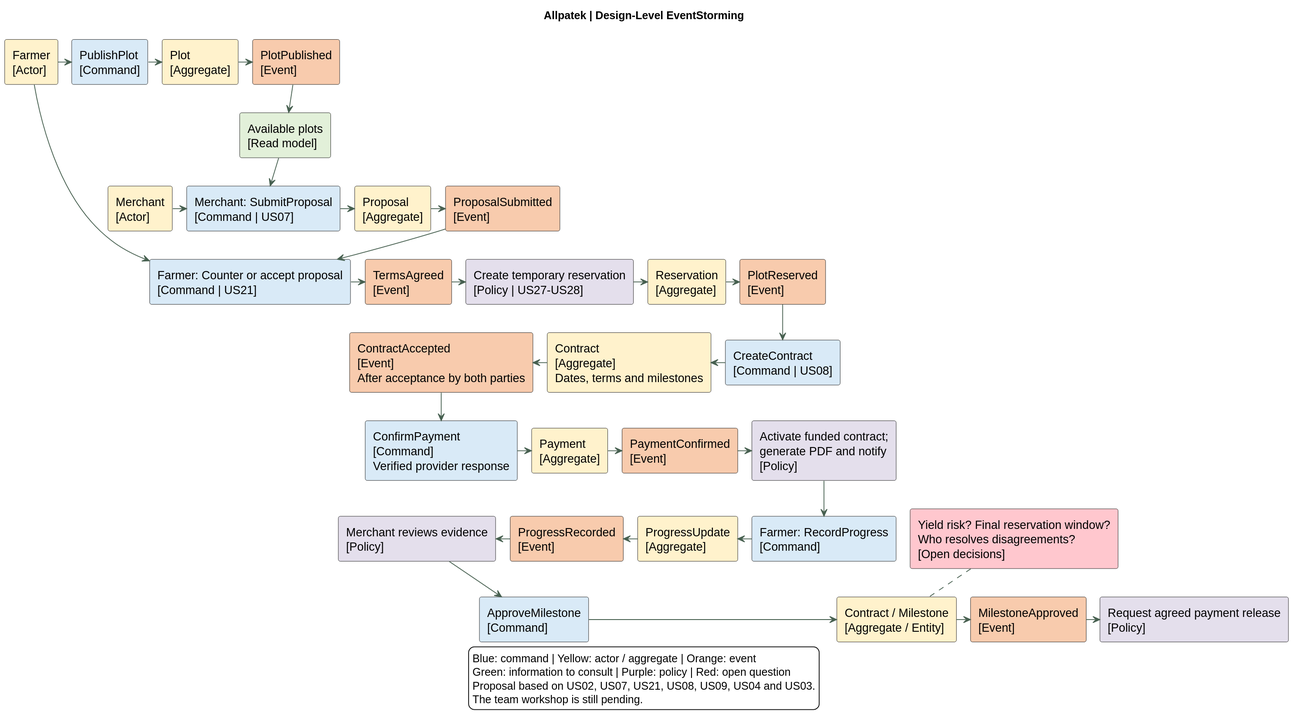
The PlantUML diagram assets/chapter-04/architecture/01-eventstorming.svg in upc-pre-202620-1asi0729-7753-Terranova/allpatek-report, before a commit.
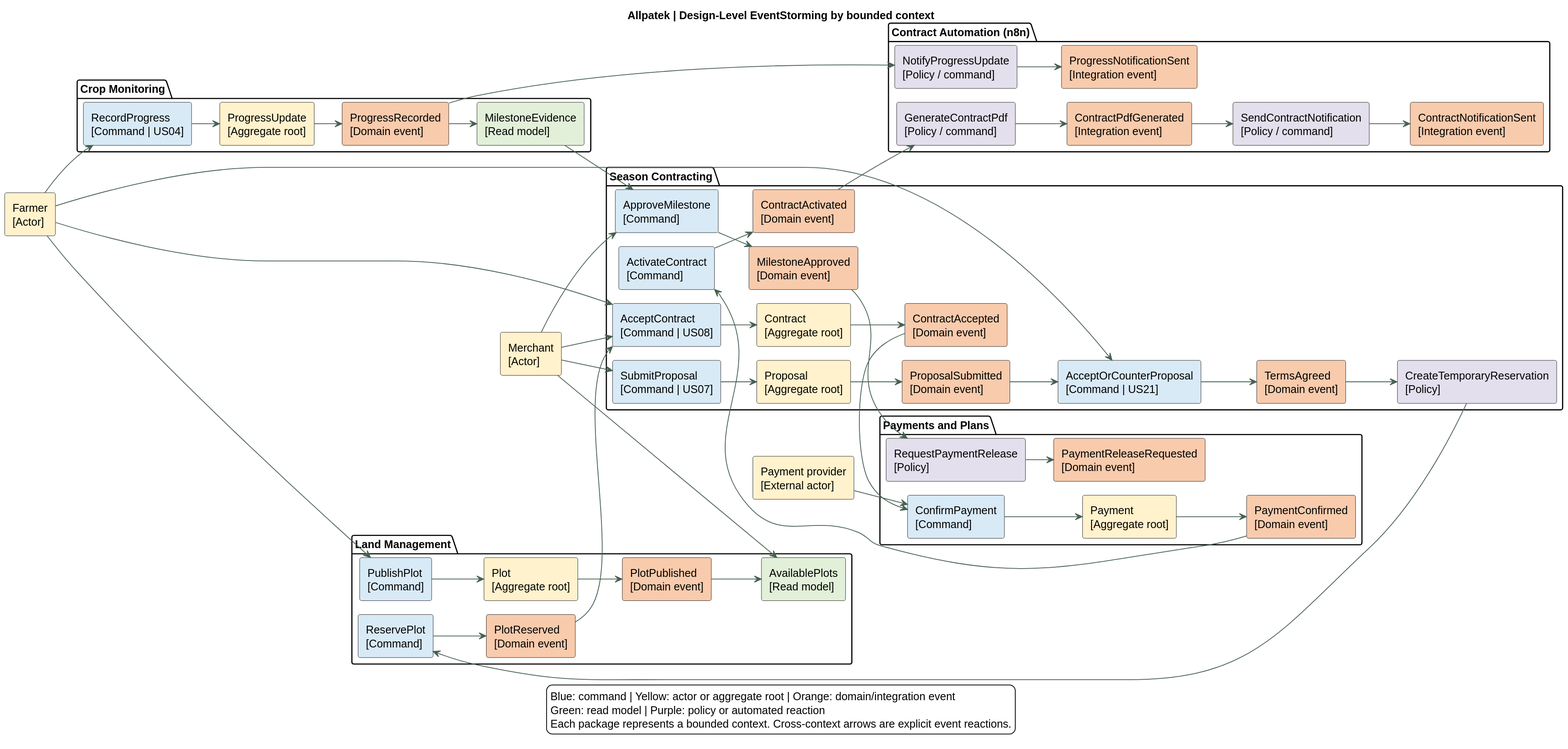
The same diagram one commit later.

Commit message:
docs(architecture): refine EventStorming and C4 models

Change to the diagram source:
```diff
@@ -2,78 +2,111 @@
 !pragma layout smetana
 skinparam backgroundColor white
 skinparam defaultFontName SansSerif
-skinparam defaultFontSize 15
+skinparam defaultFontSize 14
 skinparam shadowing false
-skinparam classAttributeIconSize 0
 skinparam ArrowColor #476050
 skinparam dpi 140
-title Allpatek | Design-Level EventStorming
+title Allpatek | Design-Level EventStorming by bounded context
 
-top to bottom direction
+left to right direction
+
 rectangle "Farmer\n[Actor]" as farmer #FFF2CC
-rectangle "PublishPlot\n[Command]" as publish #D9EAF7
-rectangle "Plot\n[Aggregate]" as plot #FFF2CC
-rectangle "PlotPublished\n[Event]" as published #F8CBAD
-rectangle "Available plots\n[Read model]" as catalog #E2F0D9
 rectangle "Merchant\n[Actor]" as merchant #FFF2CC
-rectangle "Merchant: SubmitProposal\n[Command | US07]" as propose #D9EAF7
-rectangle "Proposal\n[Aggregate]" as proposal #FFF2CC
-rectangle "ProposalSubmitted\n[Event]" as proposed #F8CBAD
-rectangle "Farmer: Counter or accept proposal\n[Command | US21]" as negotiate #D9EAF7
-rectangle "TermsAgreed\n[Event]" as agreed #F8CBAD
-rectangle "Create temporary reservation\n[Policy | US27-US28]" as hold #E4DFEC
-rectangle "Reservation\n[Aggregate]" as reservation #FFF2CC
-rectangle "PlotReserved\n[Event]" as reserved #F8CBAD
-rectangle "CreateContract\n[Command | US08]" as create #D9EAF7
-rectangle "Contract\n[Aggregate]\nDates, terms and milestones" as contract #FFF2CC
-rectangle "ContractAccepted\n[Event]\nAfter acceptance by both parties" as accepted #F8CBAD
-rectangle "ConfirmPayment\n[Command]\nVerified provider response" as pay #D9EAF7
-rectangle "Payment\n[Aggregate]" as payment #FFF2CC
-rectangle "PaymentConfirmed\n[Event]" as confirmed #F8CBAD
-rectangle "Activate funded contract;\ngenerate PDF and notify\n[Policy]" as notify #E4DFEC
-rectangle "Farmer: RecordProgress\n[Command]" as record #D9EAF7
-rectangle "ProgressUpdate\n[Aggregate]" as update #FFF2CC
-rectangle "ProgressRecorded\n[Event]" as recorded #F8CBAD
-rectangle "Merchant reviews evidence\n[Policy]" as review #E4DFEC
-rectangle "ApproveMilestone\n[Command]" as approve #D9EAF7
-rectangle "Contract / Milestone\n[Aggregate / Entity]" as milestone #FFF2CC
-rectangle "MilestoneApproved\n[Event]" as approved #F8CBAD
-rectangle "Request agreed payment release\n[Policy]" as release #E4DFEC
-rectangle "Yield risk? Final reservation window?\nWho resolves disagreements?\n[Open decisions]" as open #FFC7CE
-farmer -right-> publish
-publish -right-> plot
-plot -right-> published
+rectangle "Payment provider\n[External actor]" as provider #FFF2CC
+
+package "Land Management" {
+  rectangle "PublishPlot\n[Command]" as publish #D9EAF7
+  rectangle "Plot\n[Aggregate root]" as plot #FFF2CC
+  rectangle "PlotPublished\n[Domain event]" as published #F8CBAD
+  rectangle "AvailablePlots\n[Read model]" as catalog #E2F0D9
+  rectangle "ReservePlot\n[Command]" as reserve #D9EAF7
+  rectangle "PlotReserved\n[Domain event]" as reserved #F8CBAD
+}
+
+package "Season Contracting" {
+  rectangle "SubmitProposal\n[Command | US07]" as propose #D9EAF7
+  rectangle "Proposal\n[Aggregate root]" as proposal #FFF2CC
+  rectangle "ProposalSubmitted\n[Domain event]" as proposed #F8CBAD
+  rectangle "AcceptOrCounterProposal\n[Command | US21]" as negotiate #D9EAF7
+  rectangle "TermsAgreed\n[Domain event]" as agreed #F8CBAD
+  rectangle "CreateTemporaryReservation\n[Policy]" as hold #E4DFEC
+  rectangle "AcceptContract\n[Command | US08]" as accept #D9EAF7
+  rectangle "Contract\n[Aggregate root]" as contract #FFF2CC
+  rectangle "ContractAccepted\n[Domain event]" as accepted #F8CBAD
+  rectangle "ActivateContract\n[Command]" as activate #D9EAF7
+  rectangle "ContractActivated\n[Domain event]" as activated #F8CBAD
+  rectangle "ApproveMilestone\n[Command]" as approve #D9EAF7
+  rectangle "MilestoneApproved\n[Domain event]" as approved #F8CBAD
+}
+
+package "Payments and Plans" {
+  rectangle "ConfirmPayment\n[Command]" as pay #D9EAF7
+  rectangle "Payment\n[Aggregate root]" as payment #FFF2CC
+  rectangle "PaymentConfirmed\n[Domain event]" as confirmed #F8CBAD
+  rectangle "RequestPaymentRelease\n[Policy]" as release #E4DFEC
+  rectangle "PaymentReleaseRequested\n[Domain event]" as releaseRequested #F8CBAD
+}
+
+package "Crop Monitoring" {
+  rectangle "RecordProgress\n[Command | US04]" as record #D9EAF7
+  rectangle "ProgressUpdate\n[Aggregate root]" as update #FFF2CC
+  rectangle "ProgressRecorded\n[Domain event]" as recorded #F8CBAD
+  rectangle "MilestoneEvidence\n[Read model]" as evidence #E2F0D9
+}
+
+package "Contract Automation (n8n)" {
+  rectangle "GenerateContractPdf\n[Policy / command]" as generatePdf #E4DFEC
+  rectangle "ContractPdfGenerated\n[Integration event]" as pdfGenerated #F8CBAD
+  rectangle "SendContractNotification\n[Policy / command]" as notify #E4DFEC
+  rectangle "ContractNotificationSent\n[Integration event]" as notified #F8CBAD
+  rectangle "NotifyProgressUpdate\n[Policy / command]" as notifyProgress #E4DFEC
+  rectangle "ProgressNotificationSent\n[Integration event]" as progressNotified #F8CBAD
+}
+
+farmer --> publish
+publish --> plot
+plot --> published
 published --> catalog
-merchant -right-> propose
-catalog -down-> propose
-propose -right-> proposal
-proposal -right-> proposed
-farmer -down-> negotiate
-proposed -down-> negotiate
-negotiate -right-> agreed
-agreed -right-> hold
-hold -right-> reservation
-reservation -right-> reserved
-reserved -down-> create
-create -left-> contract
-contract -left-> accepted
+merchant --> catalog
+merchant --> propose
+propose --> proposal
+proposal --> proposed
+farmer --> negotiate
+proposed --> negotiate
+negotiate --> agreed
+agreed --> hold
+hold --> reserve
+reserve --> reserved
+reserved --> accept
+merchant --> accept
+farmer --> accept
+accept --> contract
+contract --> accepted
+provider --> pay
 accepted --> pay
-pay -right-> payment
-payment -right-> confirmed
-confirmed -right-> notify
-notify --> record
-record -left-> update
-update -left-> recorded
-recorded -left-> review
-review --> approve
-approve -right-> milestone
-milestone -right-> approved
-approved -right-> release
-open .. milestone
+pay --> payment
+payment --> confirmed
+confirmed --> activate
+activate --> activated
+activated --> generatePdf
+generatePdf --> pdfGenerated
+pdfGenerated --> notify
+notify --> notified
+farmer --> record
+record --> update
+update --> recorded
+recorded --> evidence
+recorded --> notifyProgress
+notifyProgress --> progressNotified
+merchant --> approve
+evidence --> approve
+approve --> approved
+approved --> release
+release --> releaseRequested
+
 legend bottom
-Blue: command | Yellow: actor / aggregate | Orange: event
-Green: information to consult | Purple: policy | Red: open question
-Proposal based on US02, US07, US21, US08, US09, US04 and US03.
-The team workshop is still pending.
+Blue: command | Yellow: actor or aggregate root | Orange: domain/integration event
+Green: read model | Purple: policy or automated reaction
+Each package represents a bounded context. Cross-context arrows are explicit event reactions.
 endlegend
 @enduml
```
